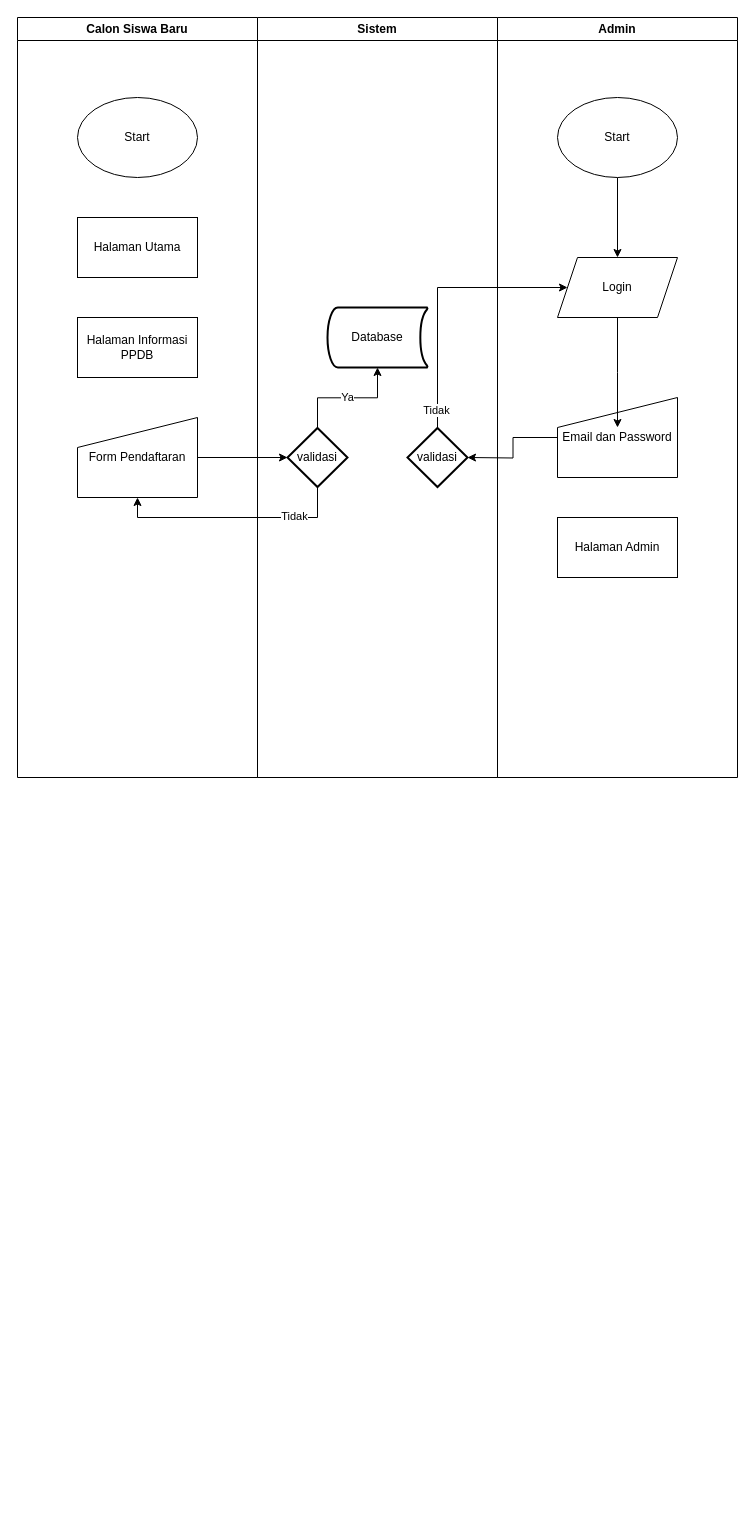
ryotwell/draw.io keeps this draw.io diagram as design/Diagram Activity 2.drawio. Above is the earlier version. Source tidied: cells renumbered, new cells numbered last; positions are measured from the earlier drawing's top-left corner, leaving out a move shared by most shapes. Both pictures are drawn from the tidied source at 100%, with x=0, y=0 at pixel (17, 17).
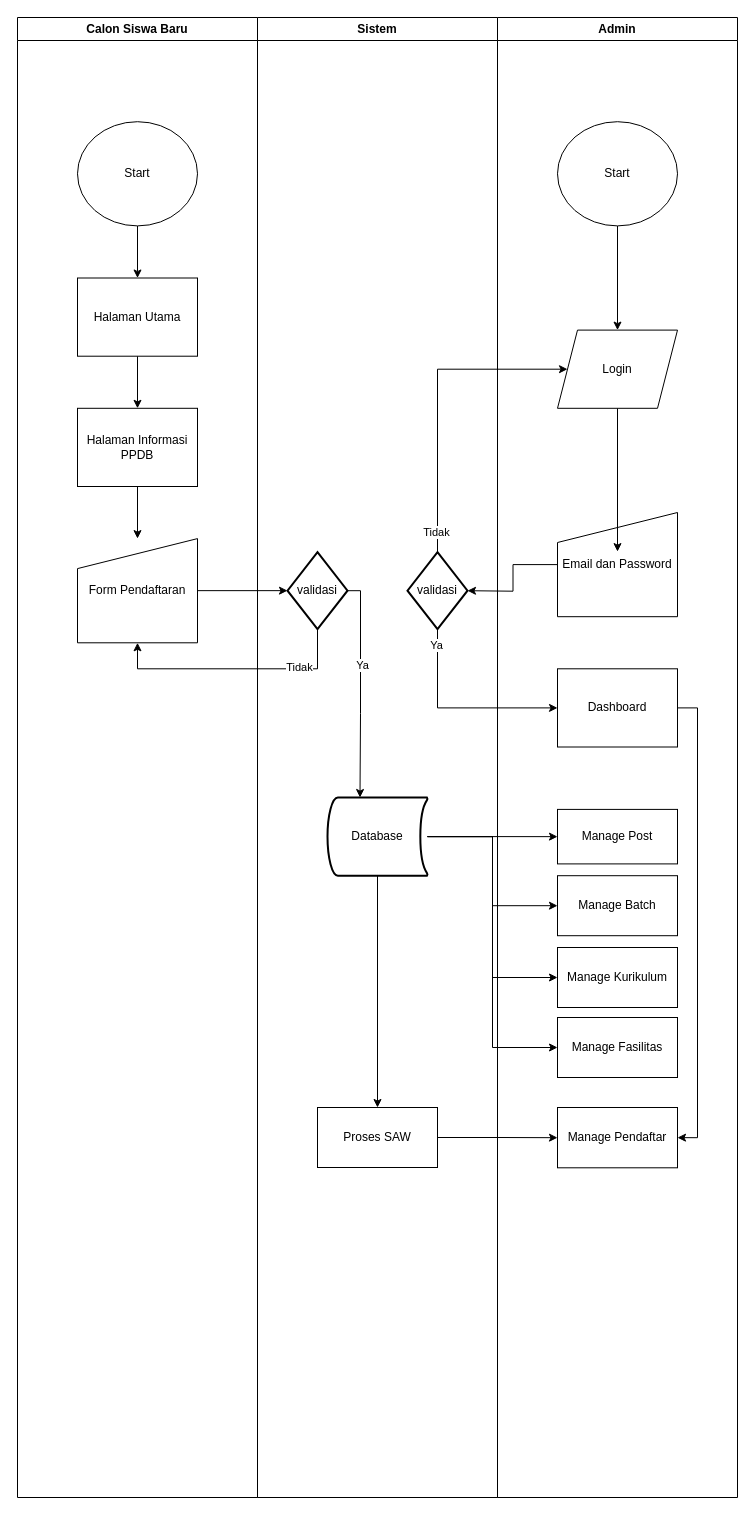
Above is the later version.

The edit, as a diff of the source:
```diff
@@
     <mxCell id="2" style="group;" parent="1" vertex="1">
-      <mxGeometry width="720" height="760" as="geometry" />
+      <mxGeometry width="720" height="1480" as="geometry" />
     </mxCell>
     <mxCell id="3" value="Calon Siswa Baru" style="swimlane;whiteSpace=wrap;html=1;" parent="2" vertex="1">
-      <mxGeometry width="240" height="760" as="geometry" />
+      <mxGeometry width="240" height="1480" as="geometry" />
     </mxCell>
+    <mxCell id="26" style="edgeStyle=orthogonalEdgeStyle;rounded=0;jettySize=auto;html=1;" parent="3" edge="1" source="4" target="6">
+      <mxGeometry relative="1" as="geometry" />
+    </mxCell>
     <mxCell id="4" value="Start" style="ellipse;whiteSpace=wrap;html=1;" parent="3" vertex="1">
-      <mxGeometry x="60" y="80" width="120" height="80" as="geometry" />
+      <mxGeometry x="60" y="104.2" width="120" height="104.2" as="geometry" />
     </mxCell>
     <mxCell id="5" value="Form Pendaftaran" style="shape=manualInput;boundedLbl=1;whiteSpace=wrap;html=1;" parent="3" vertex="1">
-      <mxGeometry x="60" y="400" width="120" height="80" as="geometry" />
+      <mxGeometry x="60" y="521.1" width="120" height="104.2" as="geometry" />
     </mxCell>
+    <mxCell id="27" style="edgeStyle=orthogonalEdgeStyle;rounded=0;jettySize=auto;html=1;" parent="3" edge="1" source="6" target="7">
+      <mxGeometry relative="1" as="geometry" />
+    </mxCell>
     <mxCell id="6" value="&lt;span style=&quot;color: rgb(0, 0, 0); font-family: Helvetica; font-size: 12px; font-style: normal; font-variant-ligatures: normal; font-variant-caps: normal; font-weight: 400; letter-spacing: normal; orphans: 2; text-align: center; text-indent: 0px; text-transform: none; widows: 2; word-spacing: 0px; -webkit-text-stroke-width: 0px; white-space: normal; text-decoration-thickness: initial; text-decoration-style: initial; text-decoration-color: initial; float: none; display: inline !important;&quot;&gt;Halaman Utama&lt;/span&gt;" style="rounded=0;whiteSpace=wrap;html=1;" parent="3" vertex="1">
-      <mxGeometry x="60" y="200" width="120" height="60" as="geometry" />
+      <mxGeometry x="60" y="260.5" width="120" height="78.2" as="geometry" />
     </mxCell>
+    <mxCell id="28" style="edgeStyle=orthogonalEdgeStyle;rounded=0;jettySize=auto;html=1;" parent="3" edge="1" source="7" target="5">
+      <mxGeometry relative="1" as="geometry" />
+    </mxCell>
     <mxCell id="7" value="&lt;span style=&quot;color: rgb(0, 0, 0); font-family: Helvetica; font-size: 12px; font-style: normal; font-variant-ligatures: normal; font-variant-caps: normal; font-weight: 400; letter-spacing: normal; orphans: 2; text-align: center; text-indent: 0px; text-transform: none; widows: 2; word-spacing: 0px; -webkit-text-stroke-width: 0px; white-space: normal; text-decoration-thickness: initial; text-decoration-style: initial; text-decoration-color: initial; float: none; display: inline !important;&quot;&gt;Halaman Informasi PPDB&lt;/span&gt;" style="rounded=0;whiteSpace=wrap;html=1;" parent="3" vertex="1">
-      <mxGeometry x="60" y="300" width="120" height="60" as="geometry" />
+      <mxGeometry x="60" y="390.8" width="120" height="78.2" as="geometry" />
     </mxCell>
     <mxCell id="8" value="Sistem" style="swimlane;whiteSpace=wrap;html=1;" parent="2" vertex="1">
-      <mxGeometry x="240" width="240" height="760" as="geometry" />
+      <mxGeometry x="240" width="240" height="1480" as="geometry" />
     </mxCell>
+    <mxCell id="29" style="edgeStyle=orthogonalEdgeStyle;rounded=0;jettySize=auto;html=1;entryX=0.5;entryY=0;entryDx=0;entryDy=0;" parent="8" edge="1" source="9" target="31">
+      <mxGeometry relative="1" as="geometry" />
+    </mxCell>
     <mxCell id="9" value="Database" style="strokeWidth=2;html=1;shape=mxgraph.flowchart.stored_data;whiteSpace=wrap;" parent="8" vertex="1">
-      <mxGeometry x="70" y="290" width="100" height="60" as="geometry" />
+      <mxGeometry x="70" y="780" width="100" height="78.2" as="geometry" />
     </mxCell>
-    <mxCell id="10" value="Ya" style="edgeStyle=orthogonalEdgeStyle;rounded=0;jettySize=auto;html=1;" parent="8" edge="1" source="11" target="9">
-      <mxGeometry relative="1" as="geometry" />
-    </mxCell>
     <mxCell id="11" value="validasi" style="strokeWidth=2;html=1;shape=mxgraph.flowchart.decision;whiteSpace=wrap;" parent="8" vertex="1">
-      <mxGeometry x="30" y="410.5" width="60" height="59" as="geometry" />
+      <mxGeometry x="30" y="534.7" width="60" height="76.9" as="geometry" />
     </mxCell>
     <mxCell id="12" value="validasi" style="strokeWidth=2;html=1;shape=mxgraph.flowchart.decision;whiteSpace=wrap;" parent="8" vertex="1">
-      <mxGeometry x="150" y="410.5" width="60" height="59" as="geometry" />
+      <mxGeometry x="150" y="534.7" width="60" height="76.9" as="geometry" />
     </mxCell>
+    <mxCell id="10" style="edgeStyle=orthogonalEdgeStyle;rounded=0;jettySize=auto;html=1;entryX=0.325;entryY=0;entryDx=0;entryDy=0;entryPerimeter=0;" parent="8" edge="1" source="11" target="9">
+      <mxGeometry relative="1" as="geometry">
+        <Array as="points">
+          <mxPoint x="103" y="573" />
+          <mxPoint x="103" y="696" />
+        </Array>
+      </mxGeometry>
+    </mxCell>
+    <mxCell id="30" value="Ya" style="edgeLabel;html=1;align=center;verticalAlign=middle;" parent="10" vertex="1">
+      <mxGeometry x="-0.21" y="1" relative="1" as="geometry" />
+    </mxCell>
+    <mxCell id="31" value="Proses SAW" style="rounded=0;whiteSpace=wrap;html=1;" parent="8" vertex="1">
+      <mxGeometry x="60" y="1090" width="120" height="60" as="geometry" />
+    </mxCell>
     <mxCell id="13" value="Admin" style="swimlane;whiteSpace=wrap;html=1;swimlaneFillColor=none;" parent="2" vertex="1">
-      <mxGeometry x="480" width="240" height="760" as="geometry" />
+      <mxGeometry x="480" width="240" height="1480" as="geometry" />
     </mxCell>
@@
     <mxCell id="15" value="Start" style="ellipse;whiteSpace=wrap;html=1;" parent="13" vertex="1">
-      <mxGeometry x="60" y="80" width="120" height="80" as="geometry" />
+      <mxGeometry x="60" y="104.2" width="120" height="104.2" as="geometry" />
     </mxCell>
     <mxCell id="16" style="edgeStyle=orthogonalEdgeStyle;rounded=0;jettySize=auto;html=1;" parent="13" edge="1" source="17">
       <mxGeometry relative="1" as="geometry">
-        <mxPoint x="-30" y="440" as="targetPoint" />
+        <mxPoint x="-30" y="573.2" as="targetPoint" />
       </mxGeometry>
     </mxCell>
     <mxCell id="17" value="Email dan Password" style="shape=manualInput;boundedLbl=1;whiteSpace=wrap;html=1;" parent="13" vertex="1">
-      <mxGeometry x="60" y="380" width="120" height="80" as="geometry" />
+      <mxGeometry x="60" y="495" width="120" height="104.2" as="geometry" />
     </mxCell>
     <mxCell id="18" style="edgeStyle=orthogonalEdgeStyle;rounded=0;jettySize=auto;html=1;" parent="13" edge="1" source="19">
       <mxGeometry relative="1" as="geometry">
-        <mxPoint x="120" y="410" as="targetPoint" />
+        <mxPoint x="120" y="534.1" as="targetPoint" />
       </mxGeometry>
     </mxCell>
     <mxCell id="19" value="Login" style="shape=parallelogram;perimeter=parallelogramPerimeter;whiteSpace=wrap;html=1;fixedSize=1;" parent="13" vertex="1">
-      <mxGeometry x="60" y="240" width="120" height="60" as="geometry" />
+      <mxGeometry x="60" y="312.6" width="120" height="78.2" as="geometry" />
     </mxCell>
+    <mxCell id="32" style="edgeStyle=orthogonalEdgeStyle;rounded=0;jettySize=auto;html=1;entryX=1;entryY=0.5;entryDx=0;entryDy=0;" parent="13" edge="1" source="20" target="34">
+      <mxGeometry relative="1" as="geometry">
+        <Array as="points">
+          <mxPoint x="200" y="690" />
+          <mxPoint x="200" y="1120" />
+        </Array>
+      </mxGeometry>
+    </mxCell>
-    <mxCell id="20" value="&lt;span style=&quot;color: rgb(0, 0, 0); font-family: Helvetica; font-size: 12px; font-style: normal; font-variant-ligatures: normal; font-variant-caps: normal; font-weight: 400; letter-spacing: normal; orphans: 2; text-align: center; text-indent: 0px; text-transform: none; widows: 2; word-spacing: 0px; -webkit-text-stroke-width: 0px; white-space: normal; text-decoration-thickness: initial; text-decoration-style: initial; text-decoration-color: initial; float: none; display: inline !important;&quot;&gt;Halaman Admin&lt;/span&gt;" style="rounded=0;whiteSpace=wrap;html=1;" parent="13" vertex="1">
-      <mxGeometry x="60" y="500" width="120" height="60" as="geometry" />
+    <mxCell id="20" value="&lt;span style=&quot;color: rgb(0, 0, 0); font-family: Helvetica; font-size: 12px; font-style: normal; font-variant-ligatures: normal; font-variant-caps: normal; font-weight: 400; letter-spacing: normal; orphans: 2; text-align: center; text-indent: 0px; text-transform: none; widows: 2; word-spacing: 0px; -webkit-text-stroke-width: 0px; white-space: normal; text-decoration-thickness: initial; text-decoration-style: initial; text-decoration-color: initial; float: none; display: inline !important;&quot;&gt;Dashboard&lt;/span&gt;" style="rounded=0;whiteSpace=wrap;html=1;" parent="13" vertex="1">
+      <mxGeometry x="60" y="651.3" width="120" height="78.2" as="geometry" />
     </mxCell>
+    <mxCell id="33" value="Manage Post" style="rounded=0;whiteSpace=wrap;html=1;" parent="13" vertex="1">
+      <mxGeometry x="60" y="791.9" width="120" height="54.5" as="geometry" />
+    </mxCell>
+    <mxCell id="34" value="Manage Pendaftar" style="rounded=0;whiteSpace=wrap;html=1;" parent="13" vertex="1">
+      <mxGeometry x="60" y="1090" width="120" height="60.3" as="geometry" />
+    </mxCell>
+    <mxCell id="35" value="Manage Batch" style="rounded=0;whiteSpace=wrap;html=1;" parent="13" vertex="1">
+      <mxGeometry x="60" y="858.2" width="120" height="60" as="geometry" />
+    </mxCell>
+    <mxCell id="36" value="Manage Kurikulum" style="rounded=0;whiteSpace=wrap;html=1;" parent="13" vertex="1">
+      <mxGeometry x="60" y="930" width="120" height="60" as="geometry" />
+    </mxCell>
+    <mxCell id="37" value="Manage Fasilitas" style="rounded=0;whiteSpace=wrap;html=1;" parent="13" vertex="1">
+      <mxGeometry x="60" y="1000" width="120" height="60" as="geometry" />
+    </mxCell>
@@
     <mxCell id="22" style="edgeStyle=orthogonalEdgeStyle;rounded=0;jettySize=auto;html=1;entryX=0.5;entryY=1;entryDx=0;entryDy=0;" parent="2" edge="1" source="11" target="5">
       <mxGeometry relative="1" as="geometry">
         <Array as="points">
-          <mxPoint x="300" y="500" />
-          <mxPoint x="120" y="500" />
+          <mxPoint x="300" y="651.3" />
+          <mxPoint x="120" y="651.3" />
         </Array>
       </mxGeometry>
     </mxCell>
@@
     <mxCell id="24" style="edgeStyle=orthogonalEdgeStyle;rounded=0;jettySize=auto;html=1;entryX=0;entryY=0.5;entryDx=0;entryDy=0;" parent="2" edge="1" source="12" target="19">
       <mxGeometry relative="1" as="geometry">
         <Array as="points">
-          <mxPoint x="420" y="270" />
+          <mxPoint x="420" y="351.7" />
         </Array>
       </mxGeometry>
     </mxCell>
@@
+    <mxCell id="38" style="edgeStyle=orthogonalEdgeStyle;rounded=0;jettySize=auto;html=1;entryX=0;entryY=0.5;entryDx=0;entryDy=0;" parent="2" edge="1" source="12" target="20">
+      <mxGeometry relative="1" as="geometry">
+        <Array as="points">
+          <mxPoint x="420" y="690.4" />
+        </Array>
+      </mxGeometry>
+    </mxCell>
+    <mxCell id="39" value="Ya" style="edgeLabel;html=1;align=center;verticalAlign=middle;" parent="38" vertex="1">
+      <mxGeometry x="-0.84" y="-2" relative="1" as="geometry" />
+    </mxCell>
+    <mxCell id="40" style="edgeStyle=orthogonalEdgeStyle;rounded=0;jettySize=auto;html=1;entryX=0;entryY=0.5;entryDx=0;entryDy=0;" parent="2" edge="1" source="9" target="33">
+      <mxGeometry relative="1" as="geometry" />
+    </mxCell>
+    <mxCell id="41" style="edgeStyle=orthogonalEdgeStyle;rounded=0;jettySize=auto;html=1;entryX=0;entryY=0.5;entryDx=0;entryDy=0;" parent="2" edge="1" source="9" target="35">
+      <mxGeometry relative="1" as="geometry" />
+    </mxCell>
+    <mxCell id="42" style="edgeStyle=orthogonalEdgeStyle;rounded=0;jettySize=auto;html=1;entryX=0;entryY=0.5;entryDx=0;entryDy=0;" parent="2" edge="1" source="9" target="36">
+      <mxGeometry relative="1" as="geometry" />
+    </mxCell>
+    <mxCell id="43" style="edgeStyle=orthogonalEdgeStyle;rounded=0;jettySize=auto;html=1;entryX=0;entryY=0.5;entryDx=0;entryDy=0;" parent="2" edge="1" source="9" target="37">
+      <mxGeometry relative="1" as="geometry" />
+    </mxCell>
+    <mxCell id="44" style="edgeStyle=orthogonalEdgeStyle;rounded=0;jettySize=auto;html=1;" parent="2" edge="1" source="31" target="34">
+      <mxGeometry relative="1" as="geometry" />
+    </mxCell>
```
